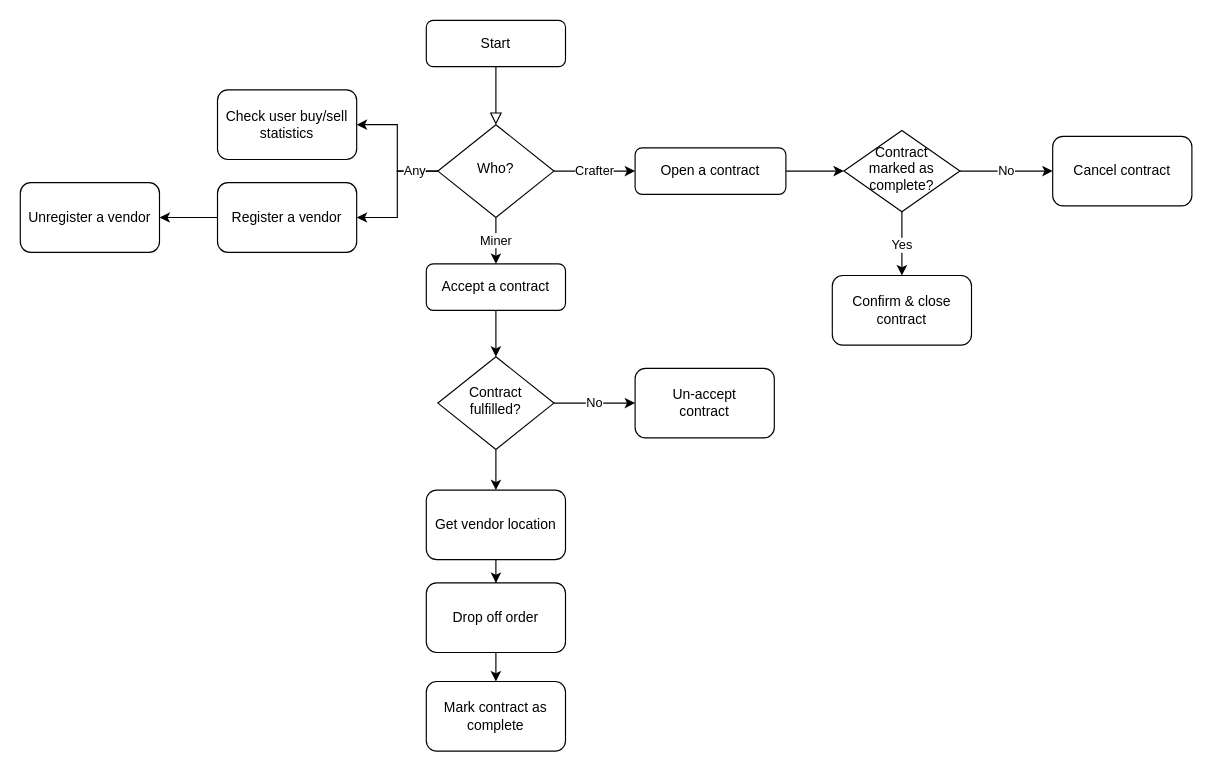
Earlier version of the draw.io diagram UserFlow.drawio (reidhansell/Unkar-Plutt). Source tidied: cells renumbered, new cells numbered last; positions are measured from the earlier drawing's top-left corner, leaving out a move shared by most shapes. Both pictures are drawn from the tidied source at 116%, with x=0, y=0 at pixel (20, 20).
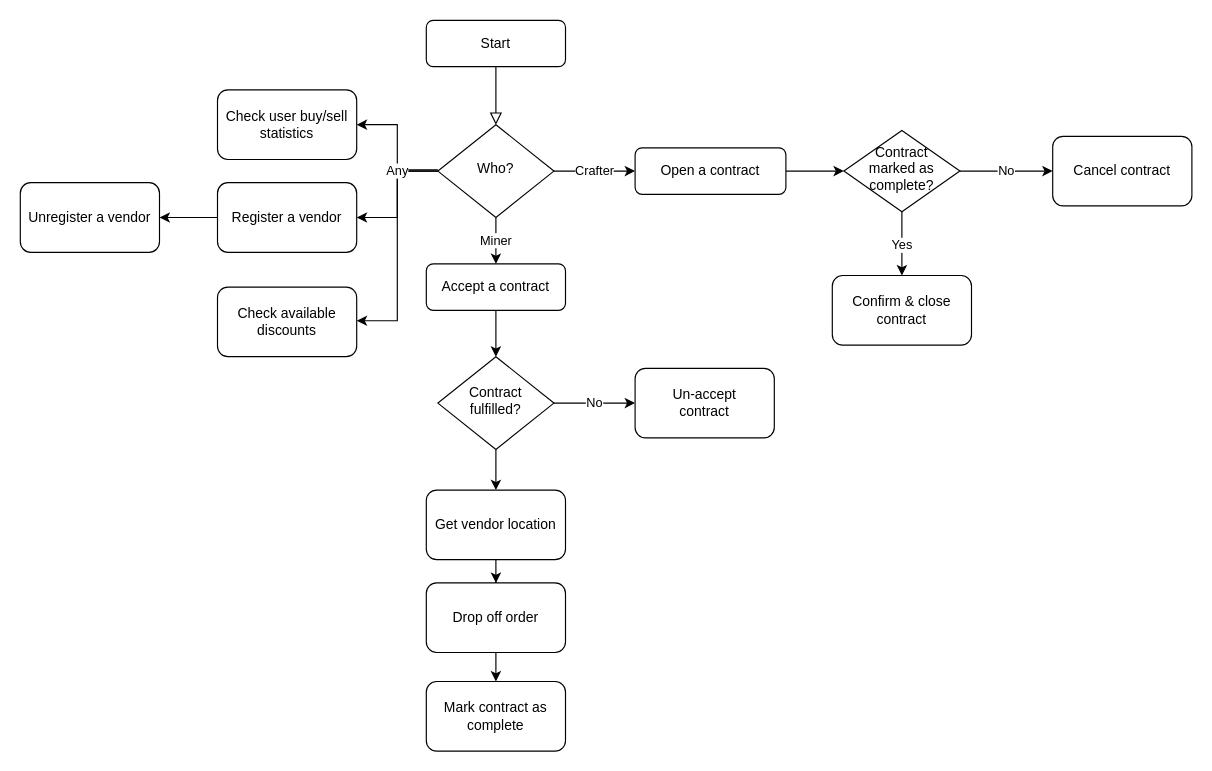
After the change.

Commit message (it also covers changes not shown here):
update userflow diagrams

The change refers to these unchanged cells:
```xml
<mxCell id="8" value="Who?" style="rhombus;whiteSpace=wrap;html=1;shadow=0;fontFamily=Helvetica;fontSize=12;align=center;strokeWidth=1;spacing=6;spacingTop=-4;" parent="1" vertex="1">
  <mxGeometry x="360" y="90" width="100" height="80" as="geometry" />
</mxCell>
```

The edit, as a diff of the source:
```diff
@@
-    <mxCell id="7" value="Any" style="edgeStyle=orthogonalEdgeStyle;rounded=0;jettySize=auto;html=1;labelPosition=center;verticalLabelPosition=middle;align=center;verticalAlign=middle;" parent="1" edge="1" source="8">
+    <mxCell id="7" value="&lt;br&gt;" style="edgeStyle=orthogonalEdgeStyle;rounded=0;jettySize=auto;html=1;labelPosition=center;verticalLabelPosition=middle;align=center;verticalAlign=middle;" parent="1" edge="1" source="8">
       <mxGeometry x="-0.64" relative="1" as="geometry">
         <mxPoint x="290" y="170" as="targetPoint" />
         <Array as="points">
           <mxPoint x="325" y="130" />
           <mxPoint x="325" y="170" />
         </Array>
       </mxGeometry>
     </mxCell>
@@
+    <mxCell id="31" value="Check available discounts" style="rounded=1;whiteSpace=wrap;html=1;" parent="1" vertex="1">
+      <mxGeometry x="170" y="230" width="120" height="60" as="geometry" />
+    </mxCell>
+    <mxCell id="32" value="Any" style="edgeStyle=orthogonalEdgeStyle;rounded=0;orthogonalLoop=1;jettySize=auto;html=1;labelPosition=center;verticalLabelPosition=middle;align=center;verticalAlign=middle;" parent="1" edge="1">
+      <mxGeometry x="-0.64" relative="1" as="geometry">
+        <mxPoint x="360" y="129" as="sourcePoint" />
+        <mxPoint x="290" y="259" as="targetPoint" />
+        <Array as="points">
+          <mxPoint x="325" y="129" />
+          <mxPoint x="325" y="259" />
+          <mxPoint x="290" y="259" />
+        </Array>
+      </mxGeometry>
+    </mxCell>
```
